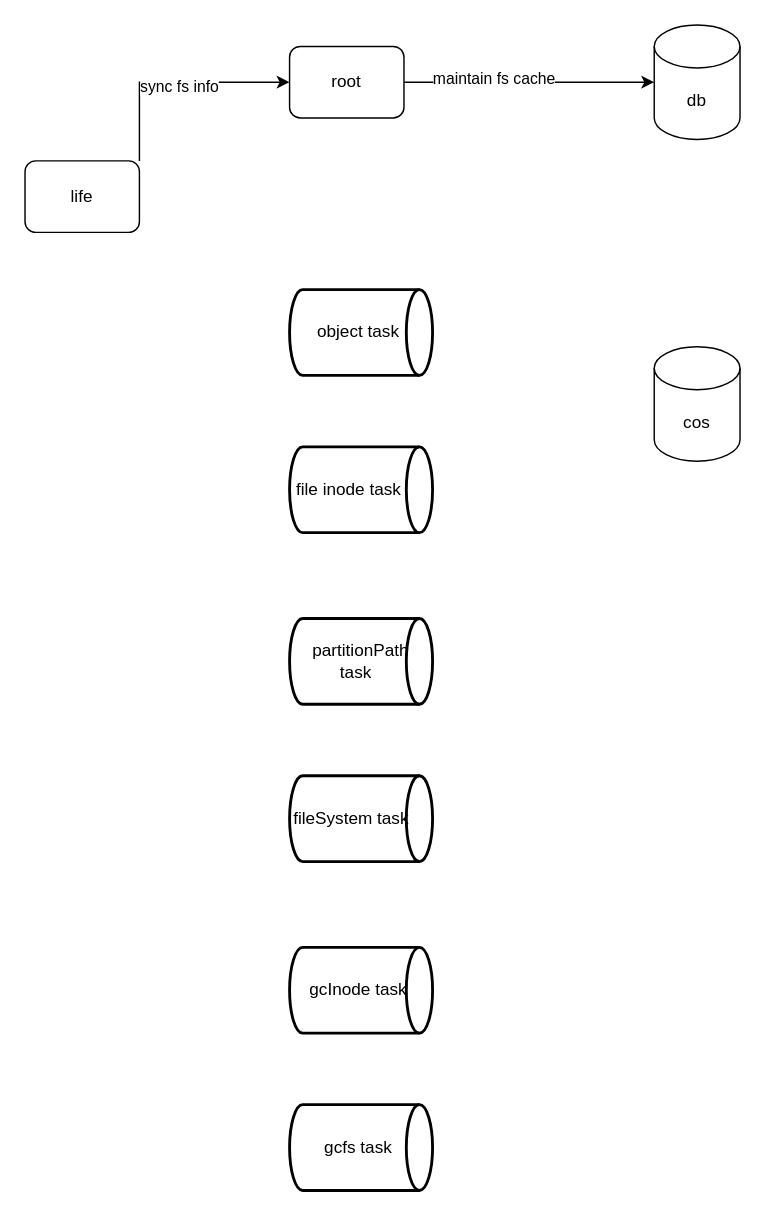
Above: 未命名绘图.drawio in vintmd/appdraw (draw.io), before the change. Source tidied: cells renumbered, new cells numbered last; positions are measured from the earlier drawing's top-left corner, leaving out a move shared by most shapes. Both pictures are drawn from the tidied source at 143%, with x=0, y=0 at pixel (24, 24).
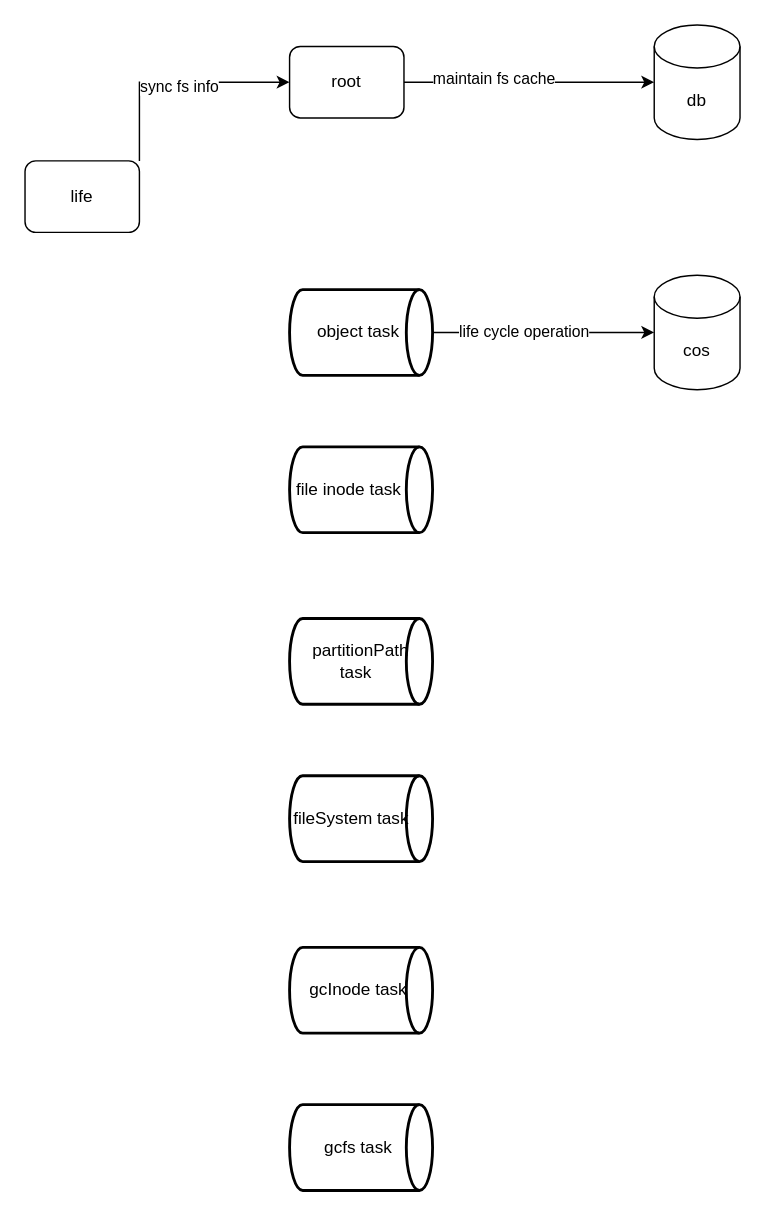
The same diagram, later.

Commit message:
更新未命名绘图.drawio

What changed in the source:
```diff
@@
 <mxGraphModel>
   <root>
     <mxCell id="0" />
     <mxCell id="1" parent="0" />
     <mxCell id="2" style="edgeStyle=orthogonalEdgeStyle;rounded=0;jettySize=auto;html=1;exitX=1;exitY=0;exitDx=0;exitDy=0;entryX=0;entryY=0.5;entryDx=0;entryDy=0;" parent="1" edge="1" source="4" target="7">
       <mxGeometry relative="1" as="geometry" />
     </mxCell>
     <mxCell id="3" value="sync fs info" style="edgeLabel;html=1;align=center;verticalAlign=middle;" parent="2" vertex="1">
       <mxGeometry x="0.03" y="-2" relative="1" as="geometry" />
     </mxCell>
     <mxCell id="4" value="life" style="rounded=1;whiteSpace=wrap;html=1;" parent="1" vertex="1">
       <mxGeometry y="95" width="80" height="50" as="geometry" />
     </mxCell>
     <mxCell id="5" style="edgeStyle=orthogonalEdgeStyle;rounded=0;jettySize=auto;html=1;exitX=1;exitY=0.5;exitDx=0;exitDy=0;entryX=0;entryY=0.5;entryDx=0;entryDy=0;entryPerimeter=0;" parent="1" edge="1" source="7" target="8">
       <mxGeometry relative="1" as="geometry" />
     </mxCell>
     <mxCell id="6" value="maintain fs cache" style="edgeLabel;html=1;align=center;verticalAlign=middle;" parent="5" vertex="1">
       <mxGeometry x="-0.29" y="3" relative="1" as="geometry" />
     </mxCell>
     <mxCell id="7" value="root" style="rounded=1;whiteSpace=wrap;html=1;" parent="1" vertex="1">
       <mxGeometry x="185" y="15" width="80" height="50" as="geometry" />
     </mxCell>
     <mxCell id="8" value="db" style="shape=cylinder3;whiteSpace=wrap;html=1;boundedLbl=1;backgroundOutline=1;size=15;" parent="1" vertex="1">
       <mxGeometry x="440" width="60" height="80" as="geometry" />
     </mxCell>
     <mxCell id="9" value="cos" style="shape=cylinder3;whiteSpace=wrap;html=1;boundedLbl=1;backgroundOutline=1;size=15;" parent="1" vertex="1">
-      <mxGeometry x="440" y="225" width="60" height="80" as="geometry" />
+      <mxGeometry x="440" y="175" width="60" height="80" as="geometry" />
     </mxCell>
+    <mxCell id="16" style="edgeStyle=orthogonalEdgeStyle;rounded=0;jettySize=auto;html=1;exitX=1;exitY=0.5;exitDx=0;exitDy=0;exitPerimeter=0;" parent="1" edge="1" source="10" target="9">
+      <mxGeometry relative="1" as="geometry" />
+    </mxCell>
+    <mxCell id="17" value="life cycle operation" style="edgeLabel;html=1;align=center;verticalAlign=middle;" parent="16" vertex="1">
+      <mxGeometry x="-0.19" y="1" relative="1" as="geometry" />
+    </mxCell>
     <mxCell id="10" value="object task&amp;nbsp;" style="strokeWidth=2;html=1;shape=mxgraph.flowchart.direct_data;whiteSpace=wrap;" parent="1" vertex="1">
       <mxGeometry x="185" y="185" width="100" height="60" as="geometry" />
     </mxCell>
     <mxCell id="11" value="file inode task&amp;nbsp; &amp;nbsp; &amp;nbsp;" style="strokeWidth=2;html=1;shape=mxgraph.flowchart.direct_data;whiteSpace=wrap;" parent="1" vertex="1">
       <mxGeometry x="185" y="295" width="100" height="60" as="geometry" />
     </mxCell>
     <mxCell id="12" value="partitionPath task&amp;nbsp;&amp;nbsp;" style="strokeWidth=2;html=1;shape=mxgraph.flowchart.direct_data;whiteSpace=wrap;" parent="1" vertex="1">
       <mxGeometry x="185" y="415" width="100" height="60" as="geometry" />
     </mxCell>
     <mxCell id="13" value="fileSystem task&amp;nbsp; &amp;nbsp;&amp;nbsp;" style="strokeWidth=2;html=1;shape=mxgraph.flowchart.direct_data;whiteSpace=wrap;" parent="1" vertex="1">
       <mxGeometry x="185" y="525" width="100" height="60" as="geometry" />
     </mxCell>
     <mxCell id="14" value="gcInode task&amp;nbsp;" style="strokeWidth=2;html=1;shape=mxgraph.flowchart.direct_data;whiteSpace=wrap;" parent="1" vertex="1">
       <mxGeometry x="185" y="645" width="100" height="60" as="geometry" />
     </mxCell>
     <mxCell id="15" value="gcfs task&amp;nbsp;" style="strokeWidth=2;html=1;shape=mxgraph.flowchart.direct_data;whiteSpace=wrap;" parent="1" vertex="1">
       <mxGeometry x="185" y="755" width="100" height="60" as="geometry" />
     </mxCell>
   </root>
 </mxGraphModel>
```
